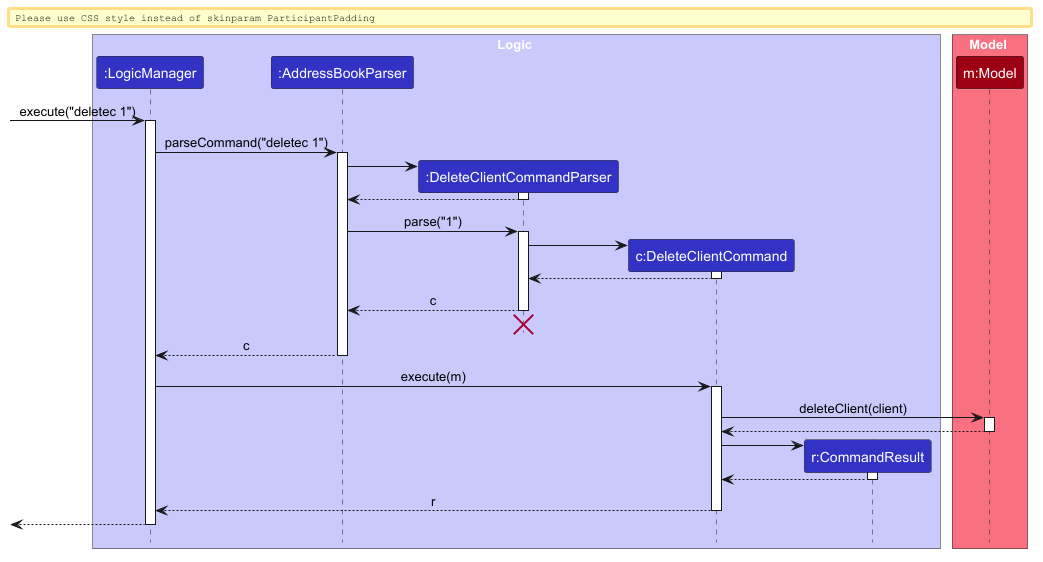
The PlantUML diagram docs/images/DeleteClientSequenceDiagram.png in AY2627S1-CS2103T-F10-4/tp, before a commit. The source it was exported from:
```plantuml
@startuml
!include style.puml
skinparam ArrowFontStyle plain

box Logic LOGIC_COLOR_T1
participant ":LogicManager" as LogicManager LOGIC_COLOR
participant ":AddressBookParser" as AddressBookParser LOGIC_COLOR
participant ":DeleteClientCommandParser" as DeleteClientCommandParser LOGIC_COLOR
participant "c:DeleteClientCommand" as DeleteClientCommand LOGIC_COLOR
participant "r:CommandResult" as CommandResult LOGIC_COLOR
end box

box Model MODEL_COLOR_T1
participant "m:Model" as Model MODEL_COLOR
end box

[-> LogicManager : execute("deletec 1")
activate LogicManager

LogicManager -> AddressBookParser : parseCommand("deletec 1")
activate AddressBookParser

create DeleteClientCommandParser
AddressBookParser -> DeleteClientCommandParser
activate DeleteClientCommandParser

DeleteClientCommandParser --> AddressBookParser
deactivate DeleteClientCommandParser

AddressBookParser -> DeleteClientCommandParser : parse("1")
activate DeleteClientCommandParser

create DeleteClientCommand
DeleteClientCommandParser -> DeleteClientCommand
activate DeleteClientCommand

DeleteClientCommand --> DeleteClientCommandParser :
deactivate DeleteClientCommand

DeleteClientCommandParser --> AddressBookParser : c
deactivate DeleteClientCommandParser
DeleteClientCommandParser -[hidden]-> AddressBookParser
destroy DeleteClientCommandParser

AddressBookParser --> LogicManager : c
deactivate AddressBookParser

LogicManager -> DeleteClientCommand : execute(m)
activate DeleteClientCommand

DeleteClientCommand -> Model : deleteClient(client)
activate Model

Model --> DeleteClientCommand
deactivate Model

create CommandResult
DeleteClientCommand -> CommandResult
activate CommandResult

CommandResult --> DeleteClientCommand
deactivate CommandResult

DeleteClientCommand --> LogicManager : r
deactivate DeleteClientCommand

[<--LogicManager
deactivate LogicManager
@enduml
```
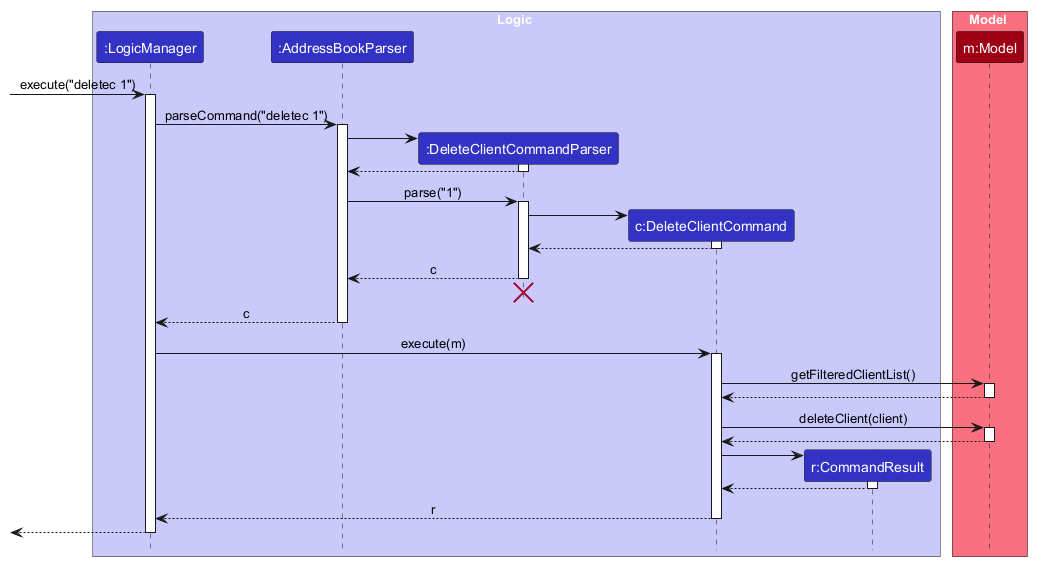
Later version of the same file.

Commit message:
Replace stale DeleteClientSequenceDiagram

Change to the diagram source:
```diff
@@ -48,6 +48,12 @@
 LogicManager -> DeleteClientCommand : execute(m)
 activate DeleteClientCommand
 
+DeleteClientCommand -> Model : getFilteredClientList()
+activate Model
+
+Model --> DeleteClientCommand
+deactivate Model
+
 DeleteClientCommand -> Model : deleteClient(client)
 activate Model
 
```
